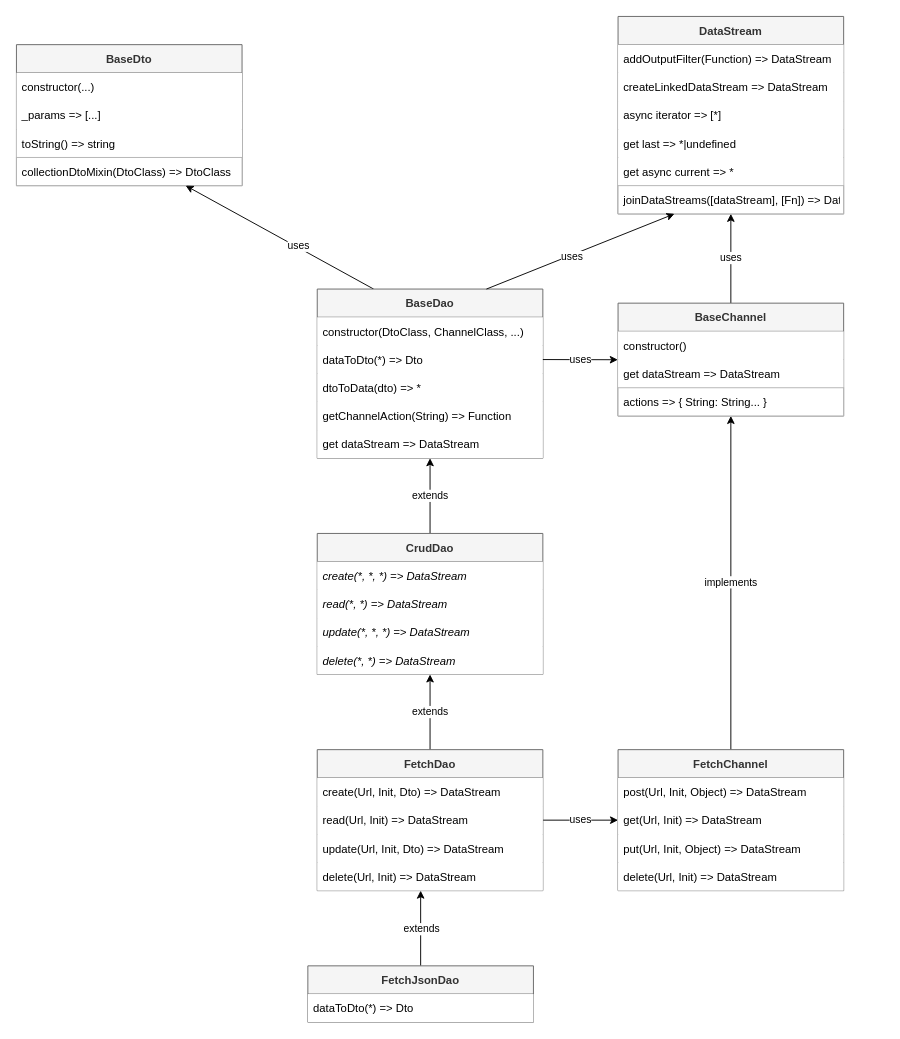
Earlier version of the draw.io diagram architecture.drawio (sposh/data-access). Source tidied: cells renumbered, new cells numbered last; positions are measured from the earlier drawing's top-left corner, leaving out a move shared by most shapes. Both pictures are drawn from the tidied source at 94%, with x=0, y=0 at pixel (16, 16).
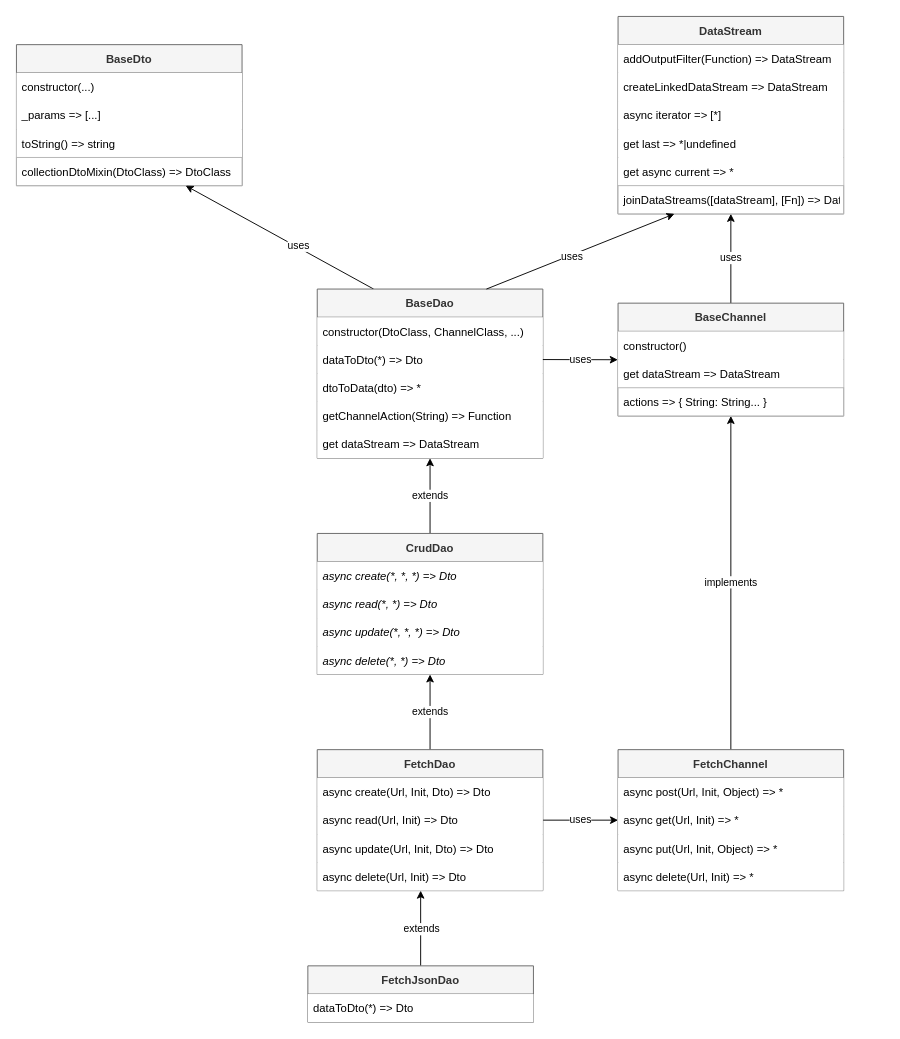
Above is the later version.

Commit message (it also covers changes not shown here):
feat(*): method returns

Unchanged cells that the change refers to:
```xml
<mxCell id="23" value="CrudDao" style="swimlane;fontStyle=1;horizontal=1;startSize=30;fillColor=#f5f5f5;fontColor=#333333;strokeColor=#666666;" parent="1" vertex="1">
  <mxGeometry x="320" y="550" width="240" height="150" as="geometry" />
</mxCell>
<mxCell id="29" value="FetchChannel" style="swimlane;fontStyle=1;horizontal=1;startSize=30;fillColor=#f5f5f5;strokeColor=#666666;fontColor=#333333;" parent="1" vertex="1">
  <mxGeometry x="640" y="780" width="240" height="150" as="geometry" />
</mxCell>
<mxCell id="36" value="FetchDao" style="swimlane;fontStyle=1;horizontal=1;startSize=30;fillColor=#f5f5f5;strokeColor=#666666;fontColor=#333333;" parent="1" vertex="1">
  <mxGeometry x="320" y="780" width="240" height="150" as="geometry" />
</mxCell>
```

The edit, as a diff of the source:
```diff
@@
-    <mxCell id="24" value="create(*, *, *) =&gt; DataStream" style="text;strokeColor=none;fillColor=default;align=left;verticalAlign=middle;spacingLeft=4;spacingRight=4;overflow=hidden;fontStyle=2;" parent="23" vertex="1">
+    <mxCell id="24" value="async create(*, *, *) =&gt; Dto" style="text;strokeColor=none;fillColor=default;align=left;verticalAlign=middle;spacingLeft=4;spacingRight=4;overflow=hidden;fontStyle=2;" parent="23" vertex="1">
       <mxGeometry y="30" width="240" height="30" as="geometry" />
     </mxCell>
-    <mxCell id="25" value="read(*, *) =&gt; DataStream" style="text;strokeColor=none;fillColor=default;align=left;verticalAlign=middle;spacingLeft=4;spacingRight=4;overflow=hidden;fontStyle=2;" parent="23" vertex="1">
+    <mxCell id="25" value="async read(*, *) =&gt; Dto" style="text;strokeColor=none;fillColor=default;align=left;verticalAlign=middle;spacingLeft=4;spacingRight=4;overflow=hidden;fontStyle=2;" parent="23" vertex="1">
       <mxGeometry y="60" width="240" height="30" as="geometry" />
     </mxCell>
-    <mxCell id="26" value="update(*, *, *) =&gt; DataStream" style="text;strokeColor=none;fillColor=default;align=left;verticalAlign=middle;spacingLeft=4;spacingRight=4;overflow=hidden;fontStyle=2;" parent="23" vertex="1">
+    <mxCell id="26" value="async update(*, *, *) =&gt; Dto" style="text;strokeColor=none;fillColor=default;align=left;verticalAlign=middle;spacingLeft=4;spacingRight=4;overflow=hidden;fontStyle=2;" parent="23" vertex="1">
       <mxGeometry y="90" width="240" height="30" as="geometry" />
     </mxCell>
-    <mxCell id="27" value="delete(*, *) =&gt; DataStream" style="text;strokeColor=none;fillColor=default;align=left;verticalAlign=middle;spacingLeft=4;spacingRight=4;overflow=hidden;fontStyle=2;" parent="23" vertex="1">
+    <mxCell id="27" value="async delete(*, *) =&gt; Dto" style="text;strokeColor=none;fillColor=default;align=left;verticalAlign=middle;spacingLeft=4;spacingRight=4;overflow=hidden;fontStyle=2;" parent="23" vertex="1">
       <mxGeometry y="120" width="240" height="30" as="geometry" />
     </mxCell>
@@
-    <mxCell id="30" value="post(Url, Init, Object) =&gt; DataStream" style="text;strokeColor=none;fillColor=default;align=left;verticalAlign=middle;spacingLeft=4;spacingRight=4;overflow=hidden;" parent="29" vertex="1">
+    <mxCell id="30" value="async post(Url, Init, Object) =&gt; *" style="text;strokeColor=none;fillColor=default;align=left;verticalAlign=middle;spacingLeft=4;spacingRight=4;overflow=hidden;" parent="29" vertex="1">
       <mxGeometry y="30" width="240" height="30" as="geometry" />
     </mxCell>
-    <mxCell id="31" value="get(Url, Init) =&gt; DataStream" style="text;strokeColor=none;fillColor=default;align=left;verticalAlign=middle;spacingLeft=4;spacingRight=4;overflow=hidden;points=[[0,0.5],[1,0.5]];portConstraint=eastwest;" parent="29" vertex="1">
+    <mxCell id="31" value="async get(Url, Init) =&gt; *" style="text;strokeColor=none;fillColor=default;align=left;verticalAlign=middle;spacingLeft=4;spacingRight=4;overflow=hidden;points=[[0,0.5],[1,0.5]];portConstraint=eastwest;" parent="29" vertex="1">
       <mxGeometry y="60" width="240" height="30" as="geometry" />
     </mxCell>
-    <mxCell id="32" value="put(Url, Init, Object) =&gt; DataStream" style="text;strokeColor=none;fillColor=default;align=left;verticalAlign=middle;spacingLeft=4;spacingRight=4;overflow=hidden;" parent="29" vertex="1">
+    <mxCell id="32" value="async put(Url, Init, Object) =&gt; *" style="text;strokeColor=none;fillColor=default;align=left;verticalAlign=middle;spacingLeft=4;spacingRight=4;overflow=hidden;" parent="29" vertex="1">
       <mxGeometry y="90" width="240" height="30" as="geometry" />
     </mxCell>
-    <mxCell id="33" value="delete(Url, Init) =&gt; DataStream" style="text;strokeColor=none;fillColor=default;align=left;verticalAlign=middle;spacingLeft=4;spacingRight=4;overflow=hidden;" parent="29" vertex="1">
+    <mxCell id="33" value="async delete(Url, Init) =&gt; *" style="text;strokeColor=none;fillColor=default;align=left;verticalAlign=middle;spacingLeft=4;spacingRight=4;overflow=hidden;" parent="29" vertex="1">
       <mxGeometry y="120" width="240" height="30" as="geometry" />
     </mxCell>
@@
-    <mxCell id="37" value="create(Url, Init, Dto) =&gt; DataStream" style="text;strokeColor=none;fillColor=default;align=left;verticalAlign=middle;spacingLeft=4;spacingRight=4;overflow=hidden;" parent="36" vertex="1">
+    <mxCell id="37" value="async create(Url, Init, Dto) =&gt; Dto" style="text;strokeColor=none;fillColor=default;align=left;verticalAlign=middle;spacingLeft=4;spacingRight=4;overflow=hidden;" parent="36" vertex="1">
       <mxGeometry y="30" width="240" height="30" as="geometry" />
     </mxCell>
-    <mxCell id="38" value="read(Url, Init) =&gt; DataStream" style="text;strokeColor=none;fillColor=default;align=left;verticalAlign=middle;spacingLeft=4;spacingRight=4;overflow=hidden;points=[[0,0.5],[1,0.5]];portConstraint=eastwest;" parent="36" vertex="1">
+    <mxCell id="38" value="async read(Url, Init) =&gt; Dto" style="text;strokeColor=none;fillColor=default;align=left;verticalAlign=middle;spacingLeft=4;spacingRight=4;overflow=hidden;points=[[0,0.5],[1,0.5]];portConstraint=eastwest;" parent="36" vertex="1">
       <mxGeometry y="60" width="240" height="30" as="geometry" />
     </mxCell>
-    <mxCell id="39" value="update(Url, Init, Dto) =&gt; DataStream" style="text;strokeColor=none;fillColor=default;align=left;verticalAlign=middle;spacingLeft=4;spacingRight=4;overflow=hidden;" parent="36" vertex="1">
+    <mxCell id="39" value="async update(Url, Init, Dto) =&gt; Dto" style="text;strokeColor=none;fillColor=default;align=left;verticalAlign=middle;spacingLeft=4;spacingRight=4;overflow=hidden;" parent="36" vertex="1">
       <mxGeometry y="90" width="240" height="30" as="geometry" />
     </mxCell>
-    <mxCell id="40" value="delete(Url, Init) =&gt; DataStream" style="text;strokeColor=none;fillColor=default;align=left;verticalAlign=middle;spacingLeft=4;spacingRight=4;overflow=hidden;" parent="36" vertex="1">
+    <mxCell id="40" value="async delete(Url, Init) =&gt; Dto" style="text;strokeColor=none;fillColor=default;align=left;verticalAlign=middle;spacingLeft=4;spacingRight=4;overflow=hidden;" parent="36" vertex="1">
       <mxGeometry y="120" width="240" height="30" as="geometry" />
     </mxCell>
```
